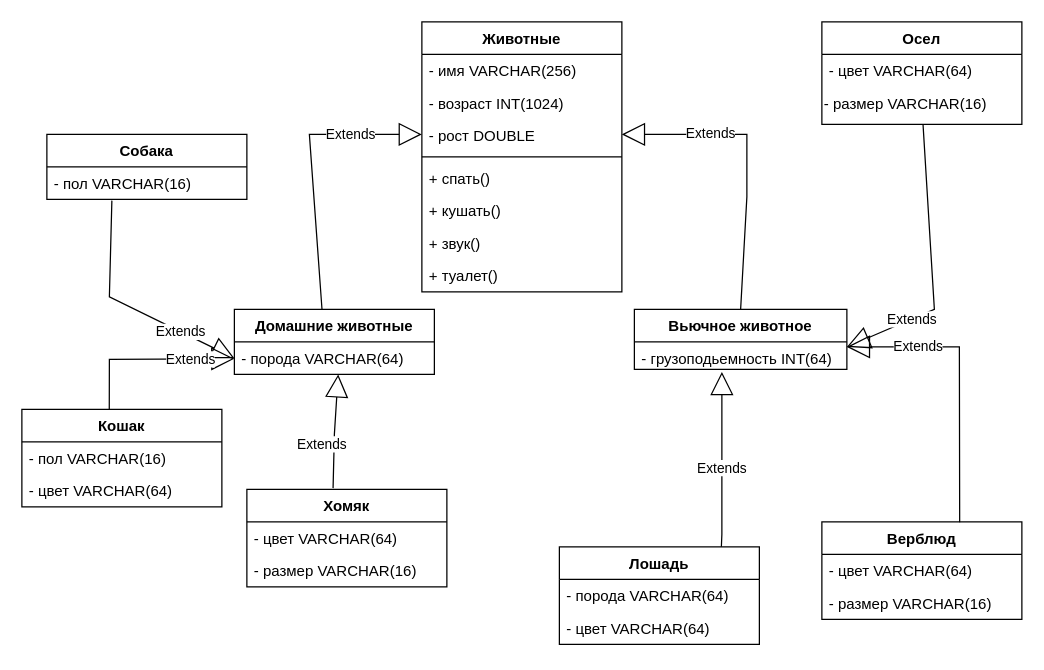
Earlier version of the draw.io diagram images/draw.drawio (see1234/FinalWork_2). Source tidied: cells renumbered, new cells numbered last; positions are measured from the earlier drawing's top-left corner, leaving out a move shared by most shapes. Both pictures are drawn from the tidied source at 125%, with x=0, y=0 at pixel (21, 21).
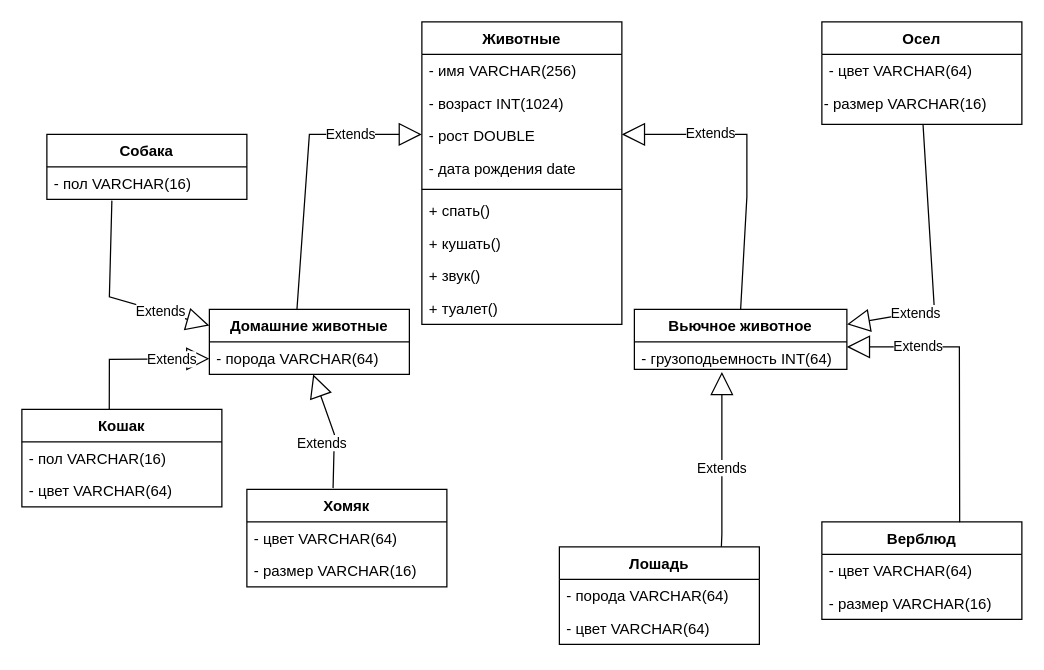
After the change.

The change refers to these unchanged cells:
```xml
<mxCell id="13" value="- порода VARCHAR(64)" style="text;strokeColor=none;fillColor=none;align=left;verticalAlign=top;spacingLeft=4;spacingRight=4;overflow=hidden;points=[[0,0.5],[1,0.5]];portConstraint=eastwest;" parent="12" vertex="1">
  <mxGeometry y="26" width="160" height="26" as="geometry" />
</mxCell>
<mxCell id="14" value="Вьючное животное" style="swimlane;fontStyle=1;align=center;verticalAlign=top;horizontal=1;startSize=26;" parent="1" vertex="1">
  <mxGeometry x="490" y="230" width="170" height="48" as="geometry" />
</mxCell>
<mxCell id="18" value="- пол VARCHAR(16)" style="text;strokeColor=none;fillColor=none;align=left;verticalAlign=top;spacingLeft=4;spacingRight=4;overflow=hidden;points=[[0,0.5],[1,0.5]];portConstraint=eastwest;" parent="17" vertex="1">
  <mxGeometry y="26" width="160" height="26" as="geometry" />
</mxCell>
<mxCell id="33" value="- размер VARCHAR(16)" style="text;whiteSpace=wrap;html=1;" parent="31" vertex="1">
  <mxGeometry y="52" width="160" height="30" as="geometry" />
</mxCell>
```

Diff of the diagram source:
```diff
@@
     <mxCell id="2" value="Животные" style="swimlane;fontStyle=1;align=center;verticalAlign=top;horizontal=1;startSize=26;" parent="1" vertex="1">
-      <mxGeometry x="320" width="160" height="216" as="geometry" />
+      <mxGeometry x="320" width="160" height="242" as="geometry" />
     </mxCell>
@@
-    <mxCell id="5" value="- рост DOUBLE&#10;" style="text;strokeColor=none;fillColor=none;align=left;verticalAlign=top;spacingLeft=4;spacingRight=4;overflow=hidden;" parent="2" vertex="1">
+    <mxCell id="5" value="- рост DOUBLE&#10;&#10;" style="text;strokeColor=none;fillColor=none;align=left;verticalAlign=top;spacingLeft=4;spacingRight=4;overflow=hidden;" parent="2" vertex="1">
       <mxGeometry y="78" width="160" height="26" as="geometry" />
     </mxCell>
+    <mxCell id="40" value="- дата рождения date&#10;&#10;" style="text;strokeColor=none;fillColor=none;align=left;verticalAlign=top;spacingLeft=4;spacingRight=4;overflow=hidden;" parent="2" vertex="1">
+      <mxGeometry y="104" width="160" height="26" as="geometry" />
+    </mxCell>
     <mxCell id="6" style="line;strokeWidth=1;fillColor=none;align=left;verticalAlign=middle;spacingTop=-1;spacingLeft=3;spacingRight=3;labelPosition=right;" parent="2" vertex="1">
-      <mxGeometry y="104" width="160" height="8" as="geometry" />
+      <mxGeometry y="130" width="160" height="8" as="geometry" />
     </mxCell>
@@
     <mxCell id="8" value="+ спать()" style="text;strokeColor=none;fillColor=none;align=left;verticalAlign=top;spacingLeft=4;spacingRight=4;overflow=hidden;" parent="2" vertex="1">
-      <mxGeometry y="112" width="160" height="26" as="geometry" />
+      <mxGeometry y="138" width="160" height="26" as="geometry" />
     </mxCell>
     <mxCell id="9" value="+ кушать()" style="text;strokeColor=none;fillColor=none;align=left;verticalAlign=top;spacingLeft=4;spacingRight=4;overflow=hidden;" parent="2" vertex="1">
-      <mxGeometry y="138" width="160" height="26" as="geometry" />
+      <mxGeometry y="164" width="160" height="26" as="geometry" />
     </mxCell>
     <mxCell id="10" value="+ звук()" style="text;strokeColor=none;fillColor=none;align=left;verticalAlign=top;spacingLeft=4;spacingRight=4;overflow=hidden;" parent="2" vertex="1">
-      <mxGeometry y="164" width="160" height="26" as="geometry" />
+      <mxGeometry y="190" width="160" height="26" as="geometry" />
     </mxCell>
     <mxCell id="11" value="+ туалет()" style="text;strokeColor=none;fillColor=none;align=left;verticalAlign=top;spacingLeft=4;spacingRight=4;overflow=hidden;" parent="2" vertex="1">
-      <mxGeometry y="190" width="160" height="26" as="geometry" />
+      <mxGeometry y="216" width="160" height="26" as="geometry" />
     </mxCell>
     <mxCell id="12" value="Домашние животные" style="swimlane;fontStyle=1;align=center;verticalAlign=top;horizontal=1;startSize=26;" parent="1" vertex="1">
-      <mxGeometry x="170" y="230" width="160" height="52" as="geometry" />
+      <mxGeometry x="150" y="230" width="160" height="52" as="geometry" />
     </mxCell>
@@
-    <mxCell id="34" value="Extends" style="endArrow=block;endSize=16;endFill=0;html=1;rounded=0;entryX=0;entryY=0.5;entryDx=0;entryDy=0;exitX=0.325;exitY=1.038;exitDx=0;exitDy=0;exitPerimeter=0;" parent="1" edge="1" source="18" target="13">
+    <mxCell id="34" value="Extends" style="endArrow=block;endSize=16;endFill=0;html=1;rounded=0;entryX=0;entryY=0.25;entryDx=0;entryDy=0;exitX=0.325;exitY=1.038;exitDx=0;exitDy=0;exitPerimeter=0;" parent="1" edge="1" source="18" target="12">
       <mxGeometry x="0.5" relative="1" as="geometry">
         <Array as="points">
           <mxPoint x="70" y="220" />
         </Array>
       </mxGeometry>
     </mxCell>
@@
-    <mxCell id="37" value="Extends" style="endArrow=block;endSize=16;endFill=0;html=1;rounded=0;" parent="1" edge="1" source="33">
+    <mxCell id="37" value="Extends" style="endArrow=block;endSize=16;endFill=0;html=1;rounded=0;entryX=1;entryY=0.25;entryDx=0;entryDy=0;" parent="1" edge="1" source="33" target="14">
       <mxGeometry x="0.5" relative="1" as="geometry">
-        <mxPoint x="660" y="260" as="targetPoint" />
         <Array as="points">
           <mxPoint x="730" y="230" />
         </Array>
       </mxGeometry>
     </mxCell>
```
